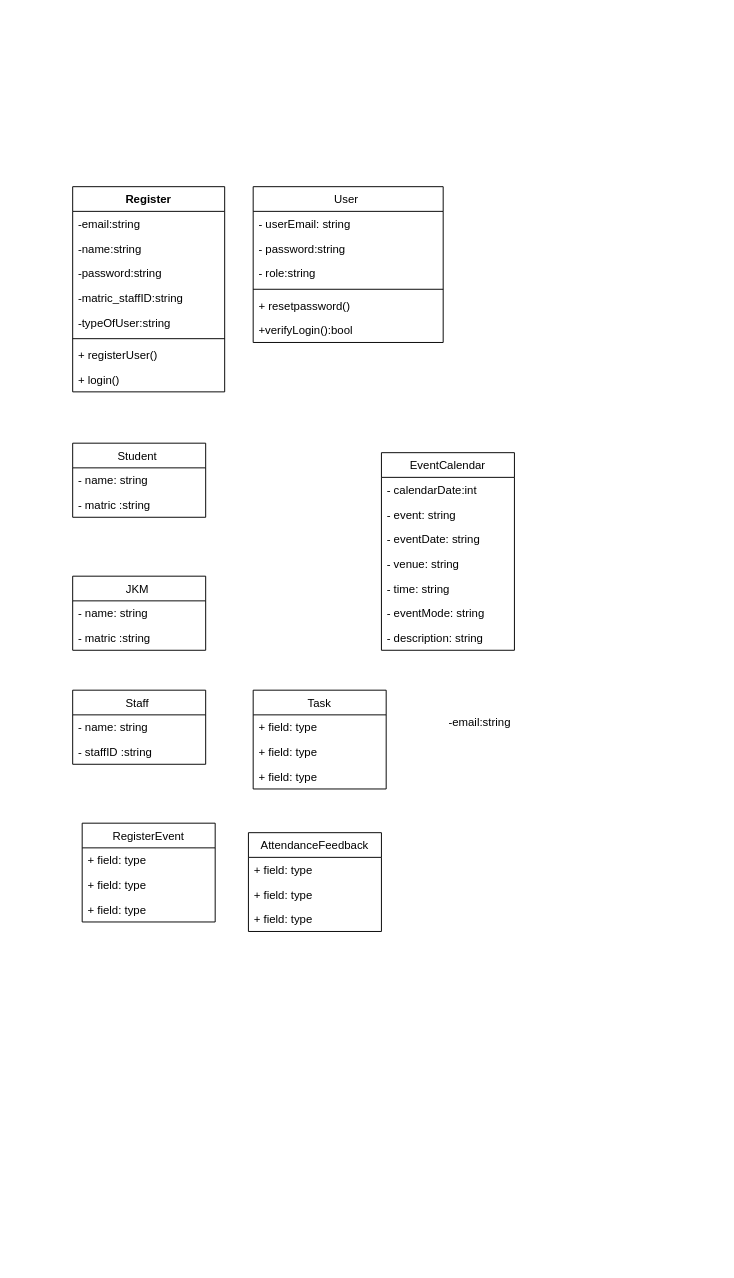
Earlier version of the draw.io diagram page "domain diagram" (16 of 16) of project/drawio/Curiousity/UML.drawio (drshahizan/software-engineering). Source tidied: cells renumbered, new cells numbered last; positions are measured from the earlier drawing's top-left corner, leaving out a move shared by most shapes. Both pictures are drawn from the tidied source at 95%, with x=0, y=0 at pixel (72, 186).
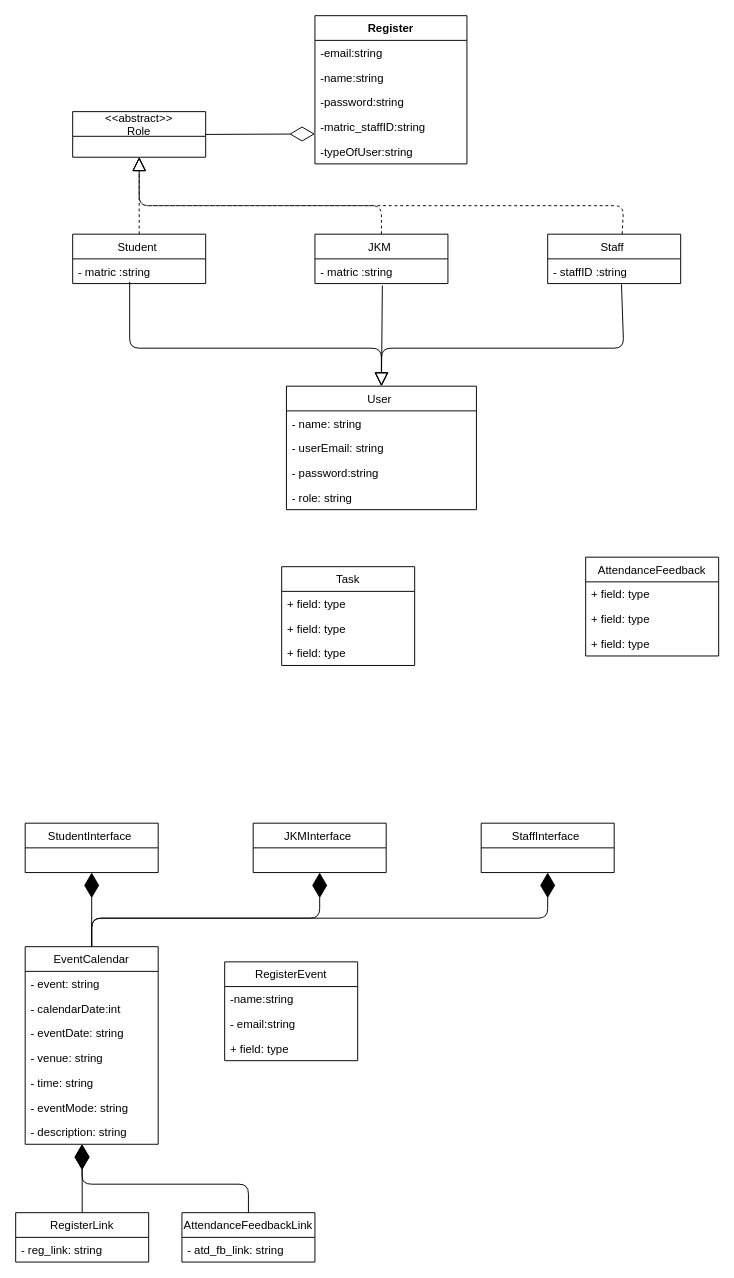
Above is the later version.

Diff of the diagram source:
```diff
@@
     <mxCell id="2" value="User " style="swimlane;fontStyle=0;horizontal=1;startSize=26;fillColor=none;" parent="1" vertex="1">
-      <mxGeometry x="190" width="200" height="164" as="geometry" />
+      <mxGeometry x="225" y="210" width="200" height="130" as="geometry" />
     </mxCell>
+    <mxCell id="48" value="- name: string" style="text;strokeColor=none;fillColor=none;align=left;verticalAlign=top;spacingLeft=4;spacingRight=4;overflow=hidden;" parent="2" vertex="1">
+      <mxGeometry y="26" width="200" height="26" as="geometry" />
+    </mxCell>
     <mxCell id="3" value="- userEmail: string" style="text;strokeColor=none;fillColor=none;align=left;verticalAlign=top;spacingLeft=4;spacingRight=4;overflow=hidden;" parent="2" vertex="1">
-      <mxGeometry y="26" width="200" height="26" as="geometry" />
+      <mxGeometry y="52" width="200" height="26" as="geometry" />
     </mxCell>
     <mxCell id="4" value="- password:string" style="text;strokeColor=none;fillColor=none;align=left;verticalAlign=top;spacingLeft=4;spacingRight=4;overflow=hidden;" parent="2" vertex="1">
-      <mxGeometry y="52" width="200" height="26" as="geometry" />
+      <mxGeometry y="78" width="200" height="26" as="geometry" />
     </mxCell>
-    <mxCell id="5" value="- role:string" style="text;strokeColor=none;fillColor=none;align=left;verticalAlign=top;spacingLeft=4;spacingRight=4;overflow=hidden;" parent="2" vertex="1">
-      <mxGeometry y="78" width="200" height="26" as="geometry" />
-    </mxCell>
-    <mxCell id="6" style="line;strokeWidth=1;fillColor=none;align=left;verticalAlign=middle;spacingTop=-1;spacingLeft=3;spacingRight=3;labelPosition=right;strokeColor=inherit;" parent="2" vertex="1">
-      <mxGeometry y="104" width="200" height="8" as="geometry" />
-    </mxCell>
-    <mxCell id="7" value="+ resetpassword()" style="text;strokeColor=none;fillColor=none;align=left;verticalAlign=top;spacingLeft=4;spacingRight=4;overflow=hidden;" parent="2" vertex="1">
-      <mxGeometry y="112" width="200" height="26" as="geometry" />
-    </mxCell>
-    <mxCell id="8" value="+verifyLogin():bool" style="text;strokeColor=none;fillColor=none;align=left;verticalAlign=top;spacingLeft=4;spacingRight=4;overflow=hidden;" parent="2" vertex="1">
-      <mxGeometry y="138" width="200" height="26" as="geometry" />
-    </mxCell>
+    <mxCell id="49" value="- role: string" style="text;strokeColor=none;fillColor=none;align=left;verticalAlign=top;spacingLeft=4;spacingRight=4;overflow=hidden;" parent="2" vertex="1">
+      <mxGeometry y="104" width="200" height="26" as="geometry" />
+    </mxCell>
     <mxCell id="9" value="Student " style="swimlane;fontStyle=0;horizontal=1;startSize=26;fillColor=none;" parent="1" vertex="1">
-      <mxGeometry y="270" width="140" height="78" as="geometry" />
+      <mxGeometry y="50" width="140" height="52" as="geometry" />
     </mxCell>
-    <mxCell id="10" value="- name: string" style="text;strokeColor=none;fillColor=none;align=left;verticalAlign=top;spacingLeft=4;spacingRight=4;overflow=hidden;" parent="9" vertex="1">
-      <mxGeometry y="26" width="140" height="26" as="geometry" />
-    </mxCell>
     <mxCell id="11" value="- matric :string" style="text;strokeColor=none;fillColor=none;align=left;verticalAlign=top;spacingLeft=4;spacingRight=4;overflow=hidden;" parent="9" vertex="1">
-      <mxGeometry y="52" width="140" height="26" as="geometry" />
+      <mxGeometry y="26" width="140" height="26" as="geometry" />
     </mxCell>
     <mxCell id="12" value="JKM " style="swimlane;fontStyle=0;horizontal=1;startSize=26;fillColor=none;" parent="1" vertex="1">
-      <mxGeometry y="410" width="140" height="78" as="geometry" />
+      <mxGeometry x="255" y="50" width="140" height="52" as="geometry" />
     </mxCell>
-    <mxCell id="13" value="- name: string" style="text;strokeColor=none;fillColor=none;align=left;verticalAlign=top;spacingLeft=4;spacingRight=4;overflow=hidden;" parent="12" vertex="1">
-      <mxGeometry y="26" width="140" height="26" as="geometry" />
-    </mxCell>
     <mxCell id="14" value="- matric :string" style="text;strokeColor=none;fillColor=none;align=left;verticalAlign=top;spacingLeft=4;spacingRight=4;overflow=hidden;points=[[0,0.5],[1,0.5]];portConstraint=eastwest;" parent="12" vertex="1">
-      <mxGeometry y="52" width="140" height="26" as="geometry" />
+      <mxGeometry y="26" width="140" height="26" as="geometry" />
     </mxCell>
     <mxCell id="15" value="Staff " style="swimlane;fontStyle=0;horizontal=1;startSize=26;fillColor=none;" parent="1" vertex="1">
-      <mxGeometry y="530" width="140" height="78" as="geometry" />
+      <mxGeometry x="500" y="50" width="140" height="52" as="geometry" />
     </mxCell>
-    <mxCell id="16" value="- name: string" style="text;strokeColor=none;fillColor=none;align=left;verticalAlign=top;spacingLeft=4;spacingRight=4;overflow=hidden;" parent="15" vertex="1">
-      <mxGeometry y="26" width="140" height="26" as="geometry" />
-    </mxCell>
     <mxCell id="17" value="- staffID :string" style="text;strokeColor=none;fillColor=none;align=left;verticalAlign=top;spacingLeft=4;spacingRight=4;overflow=hidden;points=[[0,0.5],[1,0.5]];portConstraint=eastwest;" parent="15" vertex="1">
-      <mxGeometry y="52" width="140" height="26" as="geometry" />
+      <mxGeometry y="26" width="140" height="26" as="geometry" />
     </mxCell>
     <mxCell id="18" value="Register" style="swimlane;fontStyle=1;align=center;verticalAlign=top;horizontal=1;startSize=26;" parent="1" vertex="1">
-      <mxGeometry width="160" height="216" as="geometry" />
+      <mxGeometry x="255" y="-180" width="160" height="156" as="geometry" />
     </mxCell>
@@
-    <mxCell id="24" style="line;strokeWidth=1;fillColor=none;align=left;verticalAlign=middle;spacingTop=-1;spacingLeft=3;spacingRight=3;labelPosition=right;strokeColor=inherit;" parent="18" vertex="1">
-      <mxGeometry y="156" width="160" height="8" as="geometry" />
-    </mxCell>
-    <mxCell id="25" value="+ registerUser()" style="text;strokeColor=none;fillColor=none;align=left;verticalAlign=top;spacingLeft=4;spacingRight=4;overflow=hidden;" parent="18" vertex="1">
-      <mxGeometry y="164" width="160" height="26" as="geometry" />
-    </mxCell>
-    <mxCell id="26" value="+ login() &#10;" style="text;strokeColor=none;fillColor=none;align=left;verticalAlign=top;spacingLeft=4;spacingRight=4;overflow=hidden;" parent="18" vertex="1">
-      <mxGeometry y="190" width="160" height="26" as="geometry" />
-    </mxCell>
-    <mxCell id="27" value="-email:string &#10;" style="text;strokeColor=none;fillColor=none;align=left;verticalAlign=top;spacingLeft=4;spacingRight=4;overflow=hidden;" parent="1" vertex="1">
-      <mxGeometry x="390" y="550" width="160" height="26" as="geometry" />
-    </mxCell>
     <mxCell id="28" value="EventCalendar" style="swimlane;fontStyle=0;horizontal=1;startSize=26;fillColor=none;" parent="1" vertex="1">
-      <mxGeometry x="325" y="280" width="140" height="208" as="geometry" />
+      <mxGeometry x="-50" y="800" width="140" height="208" as="geometry" />
     </mxCell>
+    <mxCell id="30" value="- event: string" style="text;strokeColor=none;fillColor=none;align=left;verticalAlign=top;spacingLeft=4;spacingRight=4;overflow=hidden;" parent="28" vertex="1">
+      <mxGeometry y="26" width="140" height="26" as="geometry" />
+    </mxCell>
     <mxCell id="29" value="- calendarDate:int" style="text;strokeColor=none;fillColor=none;align=left;verticalAlign=top;spacingLeft=4;spacingRight=4;overflow=hidden;" parent="28" vertex="1">
-      <mxGeometry y="26" width="140" height="26" as="geometry" />
+      <mxGeometry y="52" width="140" height="26" as="geometry" />
     </mxCell>
-    <mxCell id="30" value="- event: string" style="text;strokeColor=none;fillColor=none;align=left;verticalAlign=top;spacingLeft=4;spacingRight=4;overflow=hidden;" parent="28" vertex="1">
-      <mxGeometry y="52" width="140" height="26" as="geometry" />
-    </mxCell>
@@
     <mxCell id="36" value="Task" style="swimlane;fontStyle=0;horizontal=1;startSize=26;fillColor=none;" parent="1" vertex="1">
-      <mxGeometry x="190" y="530" width="140" height="104" as="geometry" />
+      <mxGeometry x="220" y="400" width="140" height="104" as="geometry" />
     </mxCell>
@@
     <mxCell id="40" value="AttendanceFeedback" style="swimlane;fontStyle=0;horizontal=1;startSize=26;fillColor=none;" parent="1" vertex="1">
-      <mxGeometry x="185" y="680" width="140" height="104" as="geometry" />
+      <mxGeometry x="540" y="390" width="140" height="104" as="geometry" />
     </mxCell>
@@
     <mxCell id="44" value="RegisterEvent" style="swimlane;fontStyle=0;horizontal=1;startSize=26;fillColor=none;" parent="1" vertex="1">
-      <mxGeometry x="10" y="670" width="140" height="104" as="geometry" />
+      <mxGeometry x="160" y="816" width="140" height="104" as="geometry" />
     </mxCell>
-    <mxCell id="45" value="+ field: type" style="text;strokeColor=none;fillColor=none;align=left;verticalAlign=top;spacingLeft=4;spacingRight=4;overflow=hidden;" parent="44" vertex="1">
+    <mxCell id="45" value="-name:string" style="text;strokeColor=none;fillColor=none;align=left;verticalAlign=top;spacingLeft=4;spacingRight=4;overflow=hidden;" parent="44" vertex="1">
       <mxGeometry y="26" width="140" height="26" as="geometry" />
     </mxCell>
-    <mxCell id="46" value="+ field: type" style="text;strokeColor=none;fillColor=none;align=left;verticalAlign=top;spacingLeft=4;spacingRight=4;overflow=hidden;" parent="44" vertex="1">
+    <mxCell id="46" value="- email:string" style="text;strokeColor=none;fillColor=none;align=left;verticalAlign=top;spacingLeft=4;spacingRight=4;overflow=hidden;" parent="44" vertex="1">
       <mxGeometry y="52" width="140" height="26" as="geometry" />
     </mxCell>
@@
+    <mxCell id="50" value="&lt;&lt;abstract&gt;&gt;&#10;Role" style="swimlane;fontStyle=0;horizontal=1;startSize=26;fillColor=none;" parent="1" vertex="1">
+      <mxGeometry y="-79" width="140" height="48" as="geometry" />
+    </mxCell>
+    <mxCell id="51" style="endArrow=block;dashed=1;endFill=0;endSize=12;html=1;jumpStyle=arc;jumpSize=20;entryX=0.5;entryY=1;entryDx=0;entryDy=0;exitX=0.5;exitY=0;exitDx=0;exitDy=0;" parent="1" edge="1" source="12" target="50">
+      <mxGeometry relative="1" as="geometry">
+        <Array as="points">
+          <mxPoint x="325" y="20" />
+          <mxPoint x="70" y="20" />
+        </Array>
+      </mxGeometry>
+    </mxCell>
+    <mxCell id="52" style="endArrow=block;dashed=1;endFill=0;endSize=12;html=1;jumpStyle=arc;jumpSize=20;entryX=0.5;entryY=1;entryDx=0;entryDy=0;exitX=0.56;exitY=-0.003;exitDx=0;exitDy=0;exitPerimeter=0;" parent="1" edge="1" source="15" target="50">
+      <mxGeometry relative="1" as="geometry">
+        <Array as="points">
+          <mxPoint x="580" y="20" />
+          <mxPoint x="70" y="20" />
+        </Array>
+      </mxGeometry>
+    </mxCell>
+    <mxCell id="53" style="endArrow=block;dashed=1;endFill=0;endSize=12;html=1;jumpStyle=arc;jumpSize=20;entryX=0.5;entryY=1;entryDx=0;entryDy=0;exitX=0.5;exitY=0;exitDx=0;exitDy=0;" parent="1" edge="1" source="9" target="50">
+      <mxGeometry relative="1" as="geometry" />
+    </mxCell>
+    <mxCell id="54" style="endArrow=block;endFill=0;endSize=12;html=1;jumpStyle=arc;jumpSize=20;entryX=0.5;entryY=0;entryDx=0;entryDy=0;exitX=0.507;exitY=1.075;exitDx=0;exitDy=0;exitPerimeter=0;" parent="1" edge="1" source="14" target="2">
+      <mxGeometry relative="1" as="geometry" />
+    </mxCell>
+    <mxCell id="55" style="endArrow=block;endFill=0;endSize=12;html=1;jumpStyle=arc;jumpSize=20;entryX=0.5;entryY=0;entryDx=0;entryDy=0;" parent="1" edge="1" target="2">
+      <mxGeometry relative="1" as="geometry">
+        <mxPoint x="60" y="100" as="sourcePoint" />
+        <Array as="points">
+          <mxPoint x="60" y="170" />
+          <mxPoint x="325" y="170" />
+        </Array>
+      </mxGeometry>
+    </mxCell>
+    <mxCell id="56" style="endArrow=block;endFill=0;endSize=12;html=1;jumpStyle=none;jumpSize=20;entryX=0.5;entryY=0;entryDx=0;entryDy=0;exitX=0.555;exitY=1.029;exitDx=0;exitDy=0;exitPerimeter=0;" parent="1" edge="1" source="17">
+      <mxGeometry relative="1" as="geometry">
+        <mxPoint x="325" y="210" as="targetPoint" />
+        <Array as="points">
+          <mxPoint x="580" y="170" />
+          <mxPoint x="325" y="170" />
+        </Array>
+      </mxGeometry>
+    </mxCell>
+    <mxCell id="57" value="StudentInterface " style="swimlane;fontStyle=0;horizontal=1;startSize=26;fillColor=none;" parent="1" vertex="1">
+      <mxGeometry x="-50" y="670" width="140" height="52" as="geometry" />
+    </mxCell>
+    <mxCell id="58" style="endArrow=diamondThin;endFill=1;endSize=24;html=1;jumpStyle=none;jumpSize=20;exitX=0.5;exitY=0;exitDx=0;exitDy=0;entryX=0.5;entryY=1;entryDx=0;entryDy=0;" parent="1" edge="1" source="28" target="57">
+      <mxGeometry relative="1" as="geometry" />
+    </mxCell>
+    <mxCell id="59" style="endArrow=diamondThin;endFill=0;endSize=24;html=1;jumpStyle=none;jumpSize=20;" parent="1" edge="1">
+      <mxGeometry relative="1" as="geometry">
+        <mxPoint x="140" y="-55" as="sourcePoint" />
+        <mxPoint x="255" y="-55.5" as="targetPoint" />
+      </mxGeometry>
+    </mxCell>
+    <mxCell id="60" value="JKMInterface " style="swimlane;fontStyle=0;horizontal=1;startSize=26;fillColor=none;" parent="1" vertex="1">
+      <mxGeometry x="190" y="670" width="140" height="52" as="geometry" />
+    </mxCell>
+    <mxCell id="61" style="endArrow=diamondThin;endFill=1;endSize=24;html=1;jumpStyle=none;jumpSize=20;exitX=0.5;exitY=0;exitDx=0;exitDy=0;entryX=0.5;entryY=1;entryDx=0;entryDy=0;" parent="1" edge="1" source="28" target="60">
+      <mxGeometry relative="1" as="geometry">
+        <Array as="points">
+          <mxPoint x="20" y="770" />
+          <mxPoint x="260" y="770" />
+        </Array>
+      </mxGeometry>
+    </mxCell>
+    <mxCell id="62" value="StaffInterface " style="swimlane;fontStyle=0;horizontal=1;startSize=26;fillColor=none;" parent="1" vertex="1">
+      <mxGeometry x="430" y="670" width="140" height="52" as="geometry" />
+    </mxCell>
+    <mxCell id="63" style="endArrow=diamondThin;endFill=1;endSize=24;html=1;jumpStyle=none;jumpSize=20;exitX=0.5;exitY=0;exitDx=0;exitDy=0;entryX=0.5;entryY=1;entryDx=0;entryDy=0;" parent="1" edge="1" source="28" target="62">
+      <mxGeometry relative="1" as="geometry">
+        <Array as="points">
+          <mxPoint x="20" y="770" />
+          <mxPoint x="500" y="770" />
+        </Array>
+      </mxGeometry>
+    </mxCell>
+    <mxCell id="64" value="AttendanceFeedbackLink" style="swimlane;fontStyle=0;horizontal=1;startSize=26;fillColor=none;" parent="1" vertex="1">
+      <mxGeometry x="115" y="1080" width="140" height="52" as="geometry" />
+    </mxCell>
+    <mxCell id="65" value="- atd_fb_link: string" style="text;strokeColor=none;fillColor=none;align=left;verticalAlign=top;spacingLeft=4;spacingRight=4;overflow=hidden;" parent="64" vertex="1">
+      <mxGeometry y="26" width="140" height="26" as="geometry" />
+    </mxCell>
+    <mxCell id="66" value="RegisterLink" style="swimlane;fontStyle=0;horizontal=1;startSize=26;fillColor=none;" parent="1" vertex="1">
+      <mxGeometry x="-60" y="1080" width="140" height="52" as="geometry" />
+    </mxCell>
+    <mxCell id="67" value="- reg_link: string" style="text;strokeColor=none;fillColor=none;align=left;verticalAlign=top;spacingLeft=4;spacingRight=4;overflow=hidden;" parent="66" vertex="1">
+      <mxGeometry y="26" width="140" height="26" as="geometry" />
+    </mxCell>
+    <mxCell id="68" style="endArrow=diamondThin;endFill=1;endSize=24;html=1;jumpStyle=none;jumpSize=20;exitX=0.5;exitY=0;exitDx=0;exitDy=0;entryX=0.5;entryY=1;entryDx=0;entryDy=0;" parent="1" edge="1" source="66">
+      <mxGeometry relative="1" as="geometry">
+        <mxPoint x="10" y="1008" as="targetPoint" />
+      </mxGeometry>
+    </mxCell>
+    <mxCell id="69" style="endArrow=diamondThin;endFill=1;endSize=24;html=1;jumpStyle=none;jumpSize=20;exitX=0.5;exitY=0;exitDx=0;exitDy=0;entryX=0.5;entryY=1;entryDx=0;entryDy=0;" parent="1" edge="1" source="64">
+      <mxGeometry relative="1" as="geometry">
+        <mxPoint x="9.6" y="1008" as="targetPoint" />
+        <Array as="points">
+          <mxPoint x="185" y="1050" />
+          <mxPoint x="10" y="1050" />
+        </Array>
+      </mxGeometry>
+    </mxCell>
```
